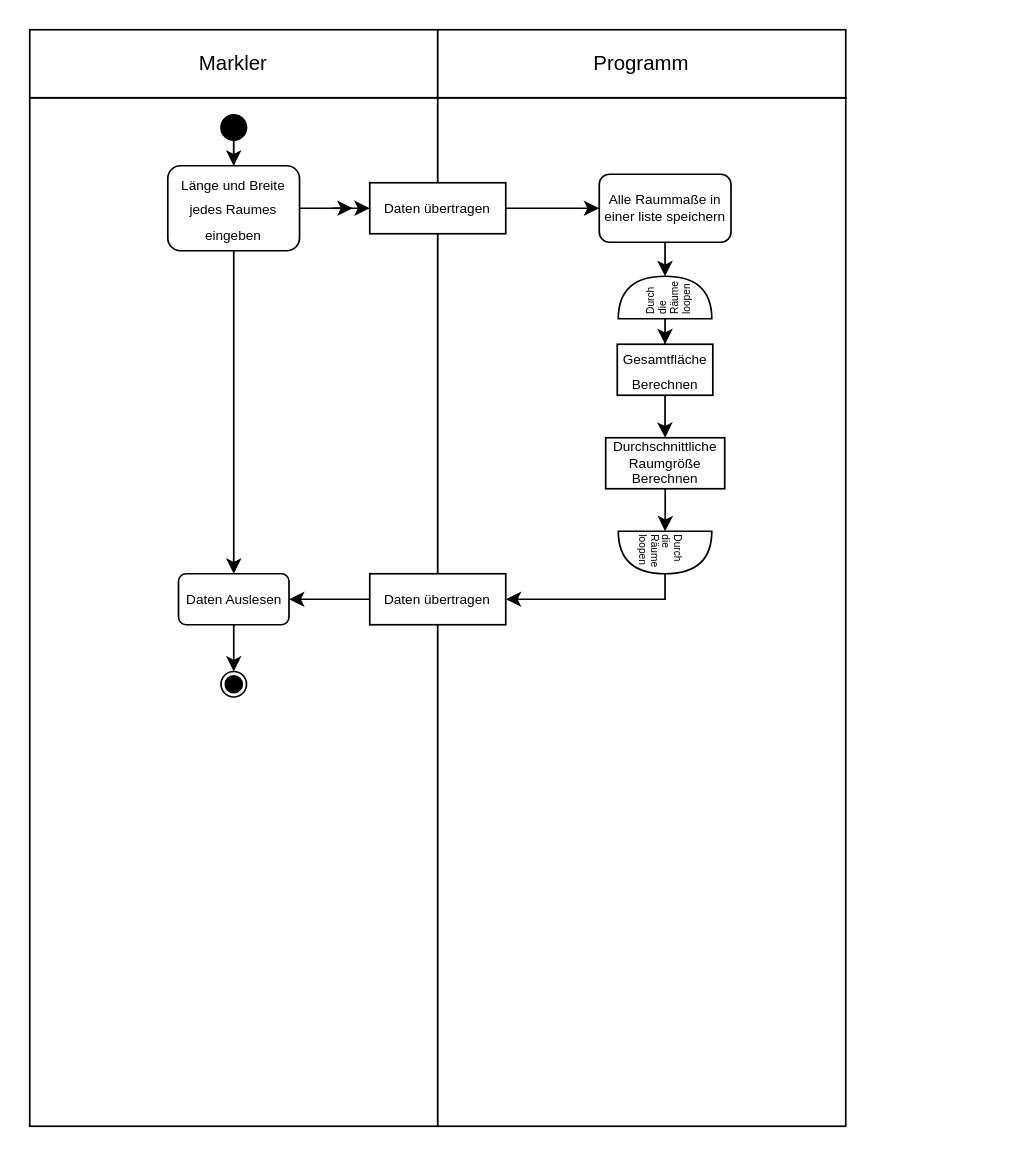
MilanHoesls/draw.io keeps this draw.io diagram as Aktivitätsdiagramm.drawio. Above is the earlier version. Source tidied: cells renumbered, new cells numbered last; positions are measured from the earlier drawing's top-left corner, leaving out a move shared by most shapes. Both pictures are drawn from the tidied source at 170%, with x=0, y=0 at pixel (-282, 29).
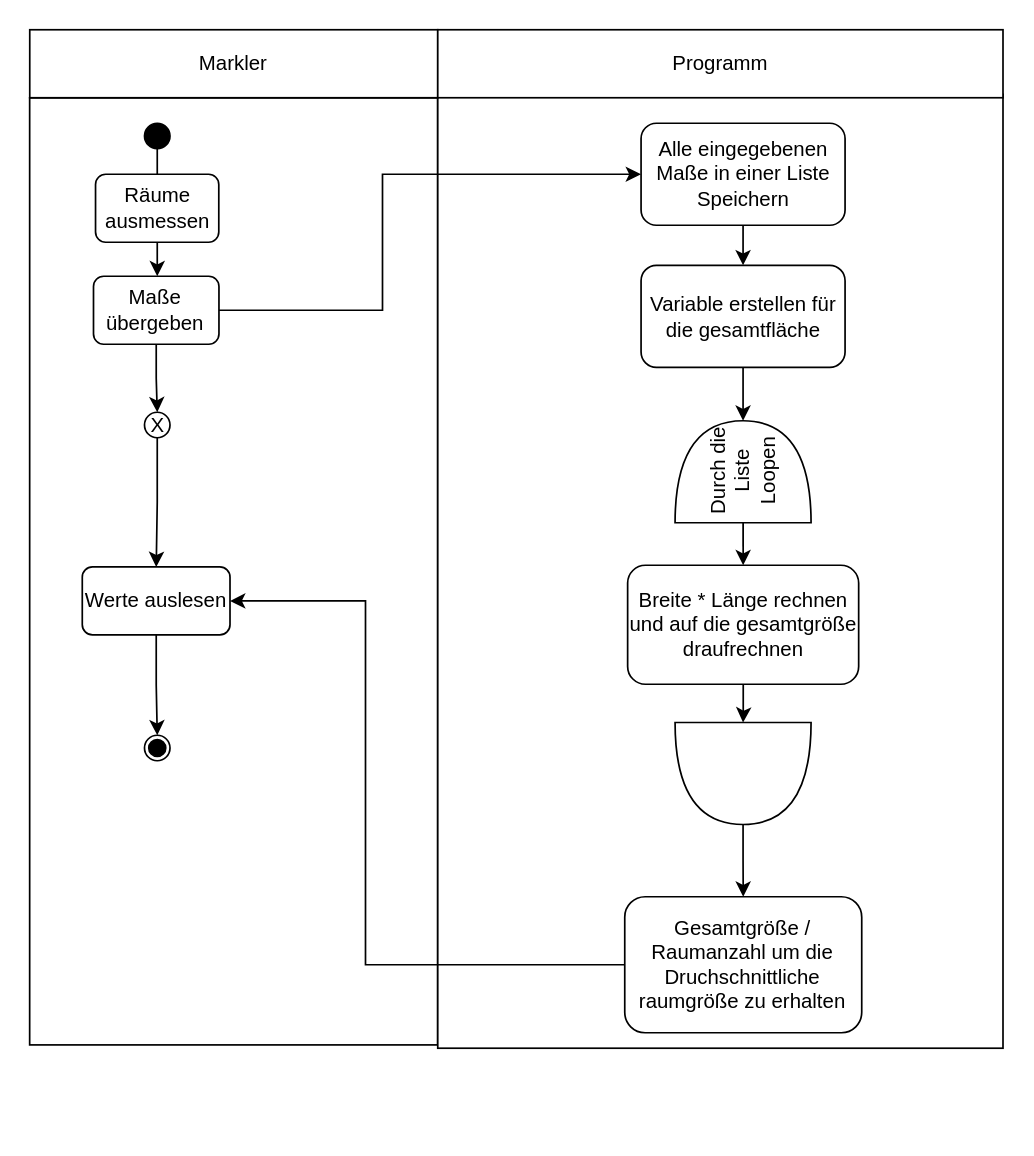
The same page after the edit.

What changed in the source:
```diff
@@
-    <mxCell id="2" style="rounded=0;whiteSpace=wrap;html=1;rotation=90;" parent="1" vertex="1">
-      <mxGeometry x="0.5" y="222.5" width="605" height="240" as="geometry" />
-    </mxCell>
-    <mxCell id="3" style="rounded=0;whiteSpace=wrap;html=1;rotation=90;" parent="1" vertex="1">
-      <mxGeometry x="240.5" y="222.5" width="605" height="240" as="geometry" />
-    </mxCell>
+    <mxCell id="32" style="rounded=0;whiteSpace=wrap;html=1;rotation=90;" parent="1" vertex="1">
+      <mxGeometry x="24.4" y="198.6" width="557.1" height="240" as="geometry" />
+    </mxCell>
+    <mxCell id="33" style="rounded=0;whiteSpace=wrap;html=1;rotation=90;" parent="1" vertex="1">
+      <mxGeometry x="308.7" y="152.3" width="561.1" height="332.5" as="geometry" />
+    </mxCell>
@@
     <mxCell id="5" value="Programm" style="rounded=0;whiteSpace=wrap;html=1;" parent="1" vertex="1">
-      <mxGeometry x="423" width="240" height="40" as="geometry" />
+      <mxGeometry x="423" width="332.5" height="40" as="geometry" />
     </mxCell>
-    <mxCell id="6" style="edgeStyle=orthogonalEdgeStyle;rounded=0;jettySize=auto;html=1;entryX=0.5;entryY=0;entryDx=0;entryDy=0;" parent="1" edge="1" source="7" target="10">
-      <mxGeometry relative="1" as="geometry" />
-    </mxCell>
-    <mxCell id="7" style="ellipse;whiteSpace=wrap;html=1;labelBackgroundColor=#000000;fillColor=#000000;" parent="1" vertex="1">
-      <mxGeometry x="295.5" y="50" width="15" height="15" as="geometry" />
-    </mxCell>
-    <mxCell id="8" style="edgeStyle=orthogonalEdgeStyle;rounded=0;jettySize=auto;html=1;entryX=0.5;entryY=0;entryDx=0;entryDy=0;" parent="1" edge="1" source="10" target="18">
-      <mxGeometry relative="1" as="geometry" />
-    </mxCell>
-    <mxCell id="9" style="edgeStyle=orthogonalEdgeStyle;rounded=0;jettySize=auto;html=1;entryX=0;entryY=0.5;entryDx=0;entryDy=0;" parent="1" edge="1" source="10" target="12">
-      <mxGeometry relative="1" as="geometry" />
-    </mxCell>
-    <mxCell id="10" value="&lt;font style=&quot;font-size: 8px;&quot;&gt;Länge und Breite jedes Raumes eingeben&lt;br&gt;&lt;/font&gt;" style="rounded=1;whiteSpace=wrap;html=1;" parent="1" vertex="1">
-      <mxGeometry x="264.2" y="80" width="77.5" height="50" as="geometry" />
-    </mxCell>
-    <mxCell id="11" style="edgeStyle=orthogonalEdgeStyle;rounded=0;jettySize=auto;html=1;entryX=0;entryY=0.5;entryDx=0;entryDy=0;" parent="1" edge="1" source="12" target="21">
-      <mxGeometry relative="1" as="geometry" />
-    </mxCell>
-    <mxCell id="12" value="Daten übertragen" style="rounded=0;whiteSpace=wrap;html=1;fontSize=8;" parent="1" vertex="1">
-      <mxGeometry x="383" y="90" width="80" height="30" as="geometry" />
-    </mxCell>
-    <mxCell id="13" style="edgeStyle=orthogonalEdgeStyle;rounded=0;jettySize=auto;html=1;exitX=1;exitY=0.5;exitDx=0;exitDy=0;entryX=0;entryY=0.5;entryDx=0;entryDy=0;" parent="1" edge="1" target="12">
-      <mxGeometry relative="1" as="geometry">
-        <mxPoint x="383" y="105" as="sourcePoint" />
-      </mxGeometry>
-    </mxCell>
-    <mxCell id="14" style="edgeStyle=orthogonalEdgeStyle;rounded=0;orthogonalLoop=1;jettySize=auto;html=1;exitX=1;exitY=0.5;exitDx=0;exitDy=0;entryX=0;entryY=0.5;entryDx=0;entryDy=0;" parent="1" edge="1">
-      <mxGeometry relative="1" as="geometry">
-        <mxPoint x="361" y="105" as="sourcePoint" />
-        <mxPoint x="373" y="105" as="targetPoint" />
-      </mxGeometry>
-    </mxCell>
-    <mxCell id="15" style="edgeStyle=orthogonalEdgeStyle;rounded=0;jettySize=auto;html=1;entryX=1;entryY=0.5;entryDx=0;entryDy=0;" parent="1" edge="1" source="16" target="18">
-      <mxGeometry relative="1" as="geometry" />
-    </mxCell>
-    <mxCell id="16" value="Daten übertragen" style="rounded=0;whiteSpace=wrap;html=1;fontSize=8;" parent="1" vertex="1">
-      <mxGeometry x="383" y="320" width="80" height="30" as="geometry" />
-    </mxCell>
-    <mxCell id="17" style="edgeStyle=orthogonalEdgeStyle;rounded=0;jettySize=auto;html=1;entryX=0.5;entryY=0;entryDx=0;entryDy=0;" parent="1" edge="1" source="18" target="22">
-      <mxGeometry relative="1" as="geometry" />
-    </mxCell>
-    <mxCell id="18" value="Daten Auslesen" style="rounded=1;whiteSpace=wrap;html=1;fontSize=8;" parent="1" vertex="1">
-      <mxGeometry x="270.5" y="320" width="65" height="30" as="geometry" />
-    </mxCell>
     <mxCell id="19" style="edgeStyle=orthogonalEdgeStyle;rounded=0;orthogonalLoop=1;jettySize=auto;html=1;exitX=0;exitY=0.5;exitDx=0;exitDy=0;entryX=1;entryY=0.5;entryDx=0;entryDy=0;" parent="1" edge="1">
       <mxGeometry relative="1" as="geometry">
-        <mxPoint x="345.5" y="335" as="targetPoint" />
+        <mxPoint x="478" y="495" as="targetPoint" />
       </mxGeometry>
     </mxCell>
-    <mxCell id="20" style="edgeStyle=orthogonalEdgeStyle;rounded=0;jettySize=auto;html=1;entryX=1;entryY=0.5;entryDx=0;entryDy=0;entryPerimeter=0;" parent="1" edge="1" source="21" target="25">
-      <mxGeometry relative="1" as="geometry">
-        <Array as="points">
-          <mxPoint x="557" y="145" />
-          <mxPoint x="557" y="155" />
-        </Array>
-      </mxGeometry>
-    </mxCell>
-    <mxCell id="21" value="Alle Raummaße in einer liste speichern" style="rounded=1;whiteSpace=wrap;html=1;fontSize=8;" parent="1" vertex="1">
-      <mxGeometry x="518" y="85" width="77.5" height="40" as="geometry" />
-    </mxCell>
-    <mxCell id="22" style="ellipse;whiteSpace=wrap;html=1;labelBackgroundColor=default;fillColor=none;" parent="1" vertex="1">
-      <mxGeometry x="295.5" y="377.5" width="15" height="15" as="geometry" />
-    </mxCell>
-    <mxCell id="23" style="ellipse;whiteSpace=wrap;html=1;labelBackgroundColor=#000000;fillColor=#000000;" parent="1" vertex="1">
-      <mxGeometry x="298" y="380" width="10" height="10" as="geometry" />
-    </mxCell>
-    <mxCell id="24" style="edgeStyle=orthogonalEdgeStyle;rounded=0;jettySize=auto;html=1;entryX=0.5;entryY=0;entryDx=0;entryDy=0;" parent="1" edge="1" source="25" target="27">
-      <mxGeometry relative="1" as="geometry" />
-    </mxCell>
-    <mxCell id="25" value="&lt;div style=&quot;line-height: 50%;&quot; align=&quot;left&quot;&gt;&lt;font style=&quot;line-height: 50%; font-size: 6px;&quot;&gt;Durch die Räume loopen&lt;/font&gt;&lt;br&gt;&lt;/div&gt;" style="shape=or;whiteSpace=wrap;html=1;rotation=-90;align=left;" parent="1" vertex="1">
-      <mxGeometry x="544.2" y="130" width="25" height="55" as="geometry" />
-    </mxCell>
-    <mxCell id="26" style="edgeStyle=orthogonalEdgeStyle;rounded=0;jettySize=auto;html=1;entryX=0.5;entryY=0;entryDx=0;entryDy=0;" parent="1" edge="1" source="27" target="28">
-      <mxGeometry relative="1" as="geometry" />
-    </mxCell>
-    <mxCell id="27" value="&lt;font style=&quot;font-size: 8px;&quot;&gt;Gesamtfläche Berechnen&lt;br&gt;&lt;/font&gt;" style="rounded=0;whiteSpace=wrap;html=1;" parent="1" vertex="1">
-      <mxGeometry x="528.6" y="185" width="56.2" height="30" as="geometry" />
-    </mxCell>
-    <mxCell id="28" value="&lt;font style=&quot;line-height: 60%;&quot;&gt;Durchschnittliche Raumgröße Berechnen&lt;br&gt;&lt;/font&gt;" style="rounded=0;whiteSpace=wrap;html=1;fontSize=8;" parent="1" vertex="1">
-      <mxGeometry x="521.8" y="240" width="70" height="30" as="geometry" />
-    </mxCell>
-    <mxCell id="29" style="edgeStyle=orthogonalEdgeStyle;rounded=0;jettySize=auto;html=1;entryX=1;entryY=0.5;entryDx=0;entryDy=0;exitX=1;exitY=0.5;exitDx=0;exitDy=0;exitPerimeter=0;" parent="1" edge="1" source="30" target="16">
-      <mxGeometry relative="1" as="geometry">
-        <Array as="points">
-          <mxPoint x="557" y="335" />
-        </Array>
-      </mxGeometry>
-    </mxCell>
-    <mxCell id="30" value="&lt;div style=&quot;line-height: 50%;&quot; align=&quot;left&quot;&gt;&lt;font style=&quot;line-height: 50%; font-size: 6px;&quot;&gt;Durch die Räume loopen&lt;/font&gt;&lt;br&gt;&lt;/div&gt;" style="shape=or;whiteSpace=wrap;html=1;rotation=90;align=left;" parent="1" vertex="1">
-      <mxGeometry x="544.2" y="280" width="25" height="55" as="geometry" />
-    </mxCell>
-    <mxCell id="31" style="edgeStyle=orthogonalEdgeStyle;rounded=0;jettySize=auto;html=1;entryX=0;entryY=0.5;entryDx=0;entryDy=0;entryPerimeter=0;" parent="1" edge="1" source="28" target="30">
-      <mxGeometry relative="1" as="geometry" />
-    </mxCell>
+    <mxCell id="34" style="edgeStyle=orthogonalEdgeStyle;rounded=0;jettySize=auto;html=1;" parent="1" edge="1" source="35" target="37">
+      <mxGeometry relative="1" as="geometry" />
+    </mxCell>
+    <mxCell id="35" style="ellipse;whiteSpace=wrap;html=1;labelBackgroundColor=#000000;fillColor=#000000;" parent="1" vertex="1">
+      <mxGeometry x="250.5" y="55" width="15" height="15" as="geometry" />
+    </mxCell>
+    <mxCell id="36" style="edgeStyle=orthogonalEdgeStyle;rounded=0;jettySize=auto;html=1;" parent="1" edge="1" source="37" target="40">
+      <mxGeometry relative="1" as="geometry" />
+    </mxCell>
+    <mxCell id="37" value="Räume ausmessen" style="rounded=1;whiteSpace=wrap;html=1;fillColor=default;labelBackgroundColor=none;" parent="1" vertex="1">
+      <mxGeometry x="221.7" y="85" width="72.5" height="40" as="geometry" />
+    </mxCell>
+    <mxCell id="38" style="edgeStyle=orthogonalEdgeStyle;rounded=0;jettySize=auto;html=1;" parent="1" edge="1" source="40" target="42">
+      <mxGeometry relative="1" as="geometry">
+        <Array as="points">
+          <mxPoint x="390.5" y="165" />
+          <mxPoint x="390.5" y="85" />
+        </Array>
+      </mxGeometry>
+    </mxCell>
+    <mxCell id="39" style="edgeStyle=orthogonalEdgeStyle;rounded=0;jettySize=auto;html=1;entryX=0.5;entryY=0;entryDx=0;entryDy=0;" parent="1" edge="1" source="40" target="48">
+      <mxGeometry relative="1" as="geometry" />
+    </mxCell>
+    <mxCell id="40" value="Maße übergeben" style="rounded=1;whiteSpace=wrap;html=1;labelBackgroundColor=none;" parent="1" vertex="1">
+      <mxGeometry x="220.5" y="145" width="73.8" height="40" as="geometry" />
+    </mxCell>
+    <mxCell id="41" style="edgeStyle=orthogonalEdgeStyle;rounded=0;jettySize=auto;html=1;entryX=1;entryY=0.5;entryDx=0;entryDy=0;entryPerimeter=0;" parent="1" edge="1" source="58" target="54">
+      <mxGeometry relative="1" as="geometry" />
+    </mxCell>
+    <mxCell id="42" value="Alle eingegebenen Maße in einer Liste Speichern" style="whiteSpace=wrap;html=1;rounded=1;labelBackgroundColor=none;" parent="1" vertex="1">
+      <mxGeometry x="542.6" y="55" width="120" height="60" as="geometry" />
+    </mxCell>
+    <mxCell id="43" style="edgeStyle=orthogonalEdgeStyle;rounded=0;jettySize=auto;html=1;exitX=1;exitY=0.5;exitDx=0;exitDy=0;exitPerimeter=0;" parent="1" edge="1" source="55" target="46">
+      <mxGeometry relative="1" as="geometry" />
+    </mxCell>
+    <mxCell id="44" value="Breite * Länge rechnen und auf die gesamtgröße draufrechnen" style="whiteSpace=wrap;html=1;rounded=1;labelBackgroundColor=none;" parent="1" vertex="1">
+      <mxGeometry x="534.7" y="315" width="135.9" height="70" as="geometry" />
+    </mxCell>
+    <mxCell id="45" style="edgeStyle=orthogonalEdgeStyle;rounded=0;jettySize=auto;html=1;entryX=1;entryY=0.5;entryDx=0;entryDy=0;" parent="1" edge="1" source="46" target="50">
+      <mxGeometry relative="1" as="geometry">
+        <Array as="points">
+          <mxPoint x="380.5" y="550" />
+          <mxPoint x="380.5" y="336" />
+        </Array>
+      </mxGeometry>
+    </mxCell>
+    <mxCell id="46" value="Gesamtgröße / Raumanzahl um die Druchschnittliche raumgröße zu erhalten" style="whiteSpace=wrap;html=1;rounded=1;labelBackgroundColor=none;" parent="1" vertex="1">
+      <mxGeometry x="533" y="510" width="139.4" height="80" as="geometry" />
+    </mxCell>
+    <mxCell id="47" style="edgeStyle=orthogonalEdgeStyle;rounded=0;jettySize=auto;html=1;" parent="1" edge="1" source="48" target="50">
+      <mxGeometry relative="1" as="geometry" />
+    </mxCell>
+    <mxCell id="48" value="X" style="ellipse;whiteSpace=wrap;html=1;labelBackgroundColor=none;fillColor=none;" parent="1" vertex="1">
+      <mxGeometry x="250.5" y="225" width="15" height="15" as="geometry" />
+    </mxCell>
+    <mxCell id="49" style="edgeStyle=orthogonalEdgeStyle;rounded=0;jettySize=auto;html=1;entryX=0.5;entryY=0;entryDx=0;entryDy=0;" parent="1" edge="1" source="50" target="51">
+      <mxGeometry relative="1" as="geometry" />
+    </mxCell>
+    <mxCell id="50" value="Werte auslesen" style="rounded=1;whiteSpace=wrap;html=1;fillColor=default;labelBackgroundColor=none;" parent="1" vertex="1">
+      <mxGeometry x="213.9" y="316" width="86.9" height="40" as="geometry" />
+    </mxCell>
+    <mxCell id="51" style="ellipse;whiteSpace=wrap;html=1;labelBackgroundColor=default;fillColor=none;" parent="1" vertex="1">
+      <mxGeometry x="250.5" y="415" width="15" height="15" as="geometry" />
+    </mxCell>
+    <mxCell id="52" style="ellipse;whiteSpace=wrap;html=1;labelBackgroundColor=#000000;fillColor=#000000;" parent="1" vertex="1">
+      <mxGeometry x="253" y="417.5" width="10" height="10" as="geometry" />
+    </mxCell>
+    <mxCell id="53" style="edgeStyle=orthogonalEdgeStyle;rounded=0;jettySize=auto;html=1;entryX=0.5;entryY=0;entryDx=0;entryDy=0;" parent="1" edge="1" source="54" target="44">
+      <mxGeometry relative="1" as="geometry">
+        <Array as="points">
+          <mxPoint x="602.5" y="260" />
+        </Array>
+      </mxGeometry>
+    </mxCell>
+    <mxCell id="54" value="Durch die Liste Loopen" style="shape=or;whiteSpace=wrap;html=1;rotation=-90;" parent="1" vertex="1">
+      <mxGeometry x="572.6" y="220" width="60" height="80" as="geometry" />
+    </mxCell>
+    <mxCell id="55" style="shape=or;whiteSpace=wrap;html=1;rotation=90;" parent="1" vertex="1">
+      <mxGeometry x="572.6" y="397.5" width="60" height="80" as="geometry" />
+    </mxCell>
+    <mxCell id="56" style="edgeStyle=orthogonalEdgeStyle;rounded=0;jettySize=auto;html=1;entryX=0;entryY=0.5;entryDx=0;entryDy=0;entryPerimeter=0;" parent="1" edge="1" source="44" target="55">
+      <mxGeometry relative="1" as="geometry" />
+    </mxCell>
+    <mxCell id="57" style="edgeStyle=orthogonalEdgeStyle;rounded=0;jettySize=auto;html=1;entryX=0.5;entryY=0;entryDx=0;entryDy=0;" parent="1" edge="1" source="42" target="58">
+      <mxGeometry relative="1" as="geometry" />
+    </mxCell>
+    <mxCell id="58" value="Variable erstellen für die gesamtfläche" style="whiteSpace=wrap;html=1;rounded=1;labelBackgroundColor=none;" parent="1" vertex="1">
+      <mxGeometry x="542.6" y="138.6" width="120" height="60" as="geometry" />
+    </mxCell>
```
